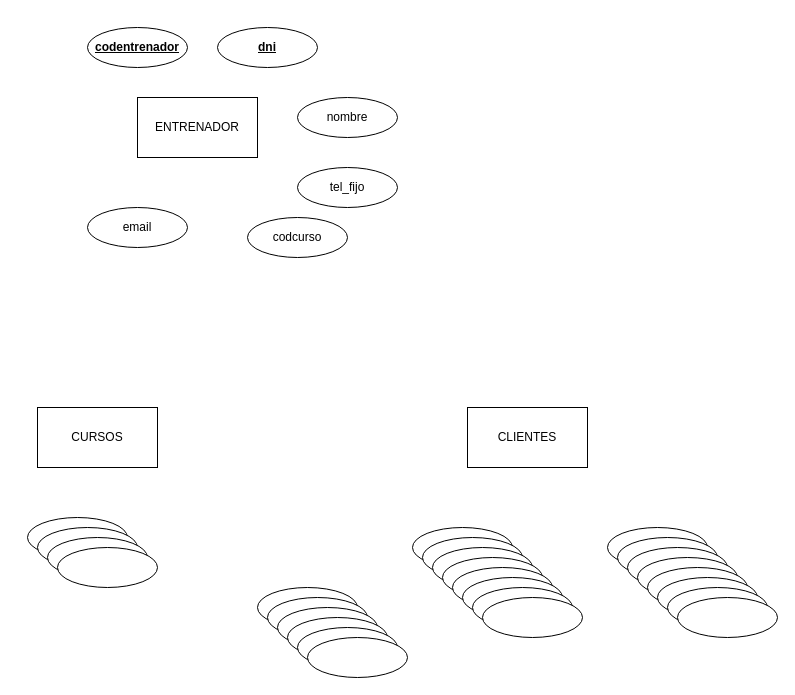
Earlier version of the draw.io diagram U7T1.drawio (memfu/BBDD). Source tidied: cells renumbered, new cells numbered last; positions are measured from the earlier drawing's top-left corner, leaving out a move shared by most shapes. Both pictures are drawn from the tidied source at 100%, with x=0, y=0 at pixel (27, 27).
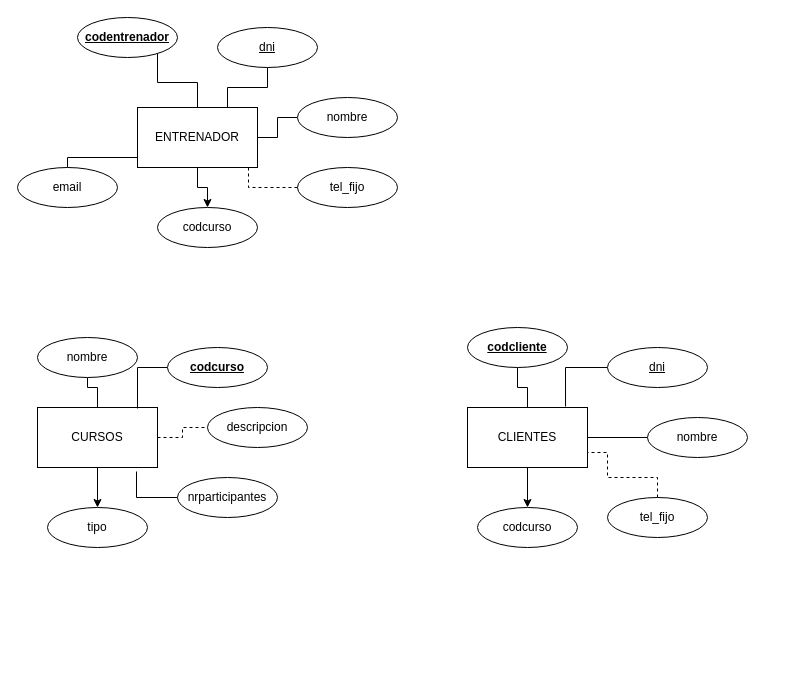
Above is the later version.

Unchanged cells that the change refers to:
```xml
<mxCell id="2" value="&lt;div&gt;CLIENTES&lt;/div&gt;" style="rounded=0;whiteSpace=wrap;html=1;" parent="1" vertex="1">
  <mxGeometry x="440" y="380" width="120" height="60" as="geometry" />
</mxCell>
<mxCell id="4" value="CURSOS" style="whiteSpace=wrap;html=1;" parent="1" vertex="1">
  <mxGeometry x="10" y="380" width="120" height="60" as="geometry" />
</mxCell>
<mxCell id="6" value="nombre" style="ellipse;whiteSpace=wrap;html=1;" parent="1" vertex="1">
  <mxGeometry x="270" y="70" width="100" height="40" as="geometry" />
</mxCell>
<mxCell id="21" value="tel_fijo" style="ellipse;whiteSpace=wrap;html=1;" parent="1" vertex="1">
  <mxGeometry x="270" y="140" width="100" height="40" as="geometry" />
</mxCell>
```

Diff of the diagram source:
```diff
@@
+    <mxCell id="37" style="edgeStyle=orthogonalEdgeStyle;rounded=0;jettySize=auto;html=1;endArrow=none;endFill=0;" parent="1" edge="1" source="2" target="54">
+      <mxGeometry relative="1" as="geometry" />
+    </mxCell>
+    <mxCell id="38" style="edgeStyle=orthogonalEdgeStyle;rounded=0;jettySize=auto;html=1;endArrow=none;endFill=0;" parent="1" edge="1" source="2" target="57">
+      <mxGeometry relative="1" as="geometry" />
+    </mxCell>
+    <mxCell id="39" style="edgeStyle=orthogonalEdgeStyle;rounded=0;jettySize=auto;html=1;" parent="1" edge="1" source="2" target="60">
+      <mxGeometry relative="1" as="geometry" />
+    </mxCell>
@@
+    <mxCell id="40" style="edgeStyle=orthogonalEdgeStyle;rounded=0;jettySize=auto;html=1;verticalAlign=bottom;endArrow=none;endFill=0;" parent="1" edge="1" source="3" target="22">
+      <mxGeometry relative="1" as="geometry">
+        <Array as="points">
+          <mxPoint x="170" y="55" />
+          <mxPoint x="130" y="55" />
+        </Array>
+      </mxGeometry>
+    </mxCell>
+    <mxCell id="41" style="edgeStyle=orthogonalEdgeStyle;rounded=0;jettySize=auto;html=1;" parent="1" edge="1" source="3" target="20">
+      <mxGeometry relative="1" as="geometry" />
+    </mxCell>
     <mxCell id="3" value="ENTRENADOR" style="rounded=0;whiteSpace=wrap;html=1;" parent="1" vertex="1">
-      <mxGeometry x="110" y="70" width="120" height="60" as="geometry" />
+      <mxGeometry x="110" y="80" width="120" height="60" as="geometry" />
     </mxCell>
+    <mxCell id="42" style="edgeStyle=orthogonalEdgeStyle;rounded=0;jettySize=auto;html=1;endArrow=none;endFill=0;" parent="1" edge="1" source="4" target="50">
+      <mxGeometry relative="1" as="geometry" />
+    </mxCell>
+    <mxCell id="43" style="edgeStyle=orthogonalEdgeStyle;rounded=0;jettySize=auto;html=1;dashed=1;endArrow=none;endFill=0;" parent="1" edge="1" source="4" target="53">
+      <mxGeometry relative="1" as="geometry" />
+    </mxCell>
+    <mxCell id="44" style="edgeStyle=orthogonalEdgeStyle;rounded=0;jettySize=auto;html=1;" parent="1" edge="1" source="4" target="17">
+      <mxGeometry relative="1" as="geometry" />
+    </mxCell>
@@
-    <mxCell id="5" style="ellipse;whiteSpace=wrap;html=1;" parent="1" vertex="1">
-      <mxGeometry x="230" y="560" width="100" height="40" as="geometry" />
-    </mxCell>
+    <mxCell id="45" style="edgeStyle=orthogonalEdgeStyle;rounded=0;jettySize=auto;html=1;endArrow=none;endFill=0;" parent="1" edge="1" source="6" target="3">
+      <mxGeometry relative="1" as="geometry" />
+    </mxCell>
@@
+    <mxCell id="46" style="edgeStyle=orthogonalEdgeStyle;rounded=0;jettySize=auto;html=1;entryX=0.75;entryY=0;entryDx=0;entryDy=0;endArrow=none;endFill=0;" parent="1" edge="1" source="7" target="3">
+      <mxGeometry relative="1" as="geometry" />
+    </mxCell>
-    <mxCell id="7" value="&lt;u&gt;&lt;span&gt;dni&lt;/span&gt;&lt;/u&gt;" style="ellipse;whiteSpace=wrap;html=1;fontStyle=1;" parent="1" vertex="1">
+    <mxCell id="7" value="&lt;u&gt;&lt;span&gt;dni&lt;/span&gt;&lt;/u&gt;" style="ellipse;whiteSpace=wrap;html=1;fontStyle=0;" parent="1" vertex="1">
       <mxGeometry x="190" width="100" height="40" as="geometry" />
     </mxCell>
-    <mxCell id="8" style="ellipse;whiteSpace=wrap;html=1;" parent="1" vertex="1">
-      <mxGeometry x="240" y="570" width="100" height="40" as="geometry" />
-    </mxCell>
-    <mxCell id="9" style="ellipse;whiteSpace=wrap;html=1;" parent="1" vertex="1">
-      <mxGeometry x="250" y="580" width="100" height="40" as="geometry" />
-    </mxCell>
-    <mxCell id="10" style="ellipse;whiteSpace=wrap;html=1;" parent="1" vertex="1">
-      <mxGeometry x="260" y="590" width="100" height="40" as="geometry" />
-    </mxCell>
-    <mxCell id="11" style="ellipse;whiteSpace=wrap;html=1;" parent="1" vertex="1">
-      <mxGeometry x="270" y="600" width="100" height="40" as="geometry" />
-    </mxCell>
-    <mxCell id="12" style="ellipse;whiteSpace=wrap;html=1;" parent="1" vertex="1">
-      <mxGeometry x="280" y="610" width="100" height="40" as="geometry" />
-    </mxCell>
-    <mxCell id="13" style="ellipse;whiteSpace=wrap;html=1;" parent="1" vertex="1">
-      <mxGeometry y="490" width="100" height="40" as="geometry" />
-    </mxCell>
-    <mxCell id="14" style="ellipse;whiteSpace=wrap;html=1;" parent="1" vertex="1">
-      <mxGeometry x="580" y="500" width="100" height="40" as="geometry" />
-    </mxCell>
-    <mxCell id="15" style="ellipse;whiteSpace=wrap;html=1;" parent="1" vertex="1">
-      <mxGeometry x="385" y="500" width="100" height="40" as="geometry" />
-    </mxCell>
-    <mxCell id="16" style="ellipse;whiteSpace=wrap;html=1;" parent="1" vertex="1">
-      <mxGeometry x="10" y="500" width="100" height="40" as="geometry" />
-    </mxCell>
-    <mxCell id="17" style="ellipse;whiteSpace=wrap;html=1;" parent="1" vertex="1">
-      <mxGeometry x="20" y="510" width="100" height="40" as="geometry" />
+    <mxCell id="17" value="tipo" style="ellipse;whiteSpace=wrap;html=1;" parent="1" vertex="1">
+      <mxGeometry x="20" y="480" width="100" height="40" as="geometry" />
     </mxCell>
+    <mxCell id="47" style="edgeStyle=orthogonalEdgeStyle;rounded=0;jettySize=auto;html=1;entryX=0.825;entryY=1.067;entryDx=0;entryDy=0;entryPerimeter=0;endArrow=none;endFill=0;" parent="1" edge="1" source="18" target="4">
+      <mxGeometry relative="1" as="geometry" />
+    </mxCell>
-    <mxCell id="18" style="ellipse;whiteSpace=wrap;html=1;" parent="1" vertex="1">
-      <mxGeometry x="30" y="520" width="100" height="40" as="geometry" />
+    <mxCell id="18" value="nrparticipantes" style="ellipse;whiteSpace=wrap;html=1;" parent="1" vertex="1">
+      <mxGeometry x="150" y="450" width="100" height="40" as="geometry" />
     </mxCell>
+    <mxCell id="48" style="edgeStyle=orthogonalEdgeStyle;rounded=0;jettySize=auto;html=1;entryX=0;entryY=0.75;entryDx=0;entryDy=0;endArrow=none;endFill=0;" parent="1" edge="1" source="19" target="3">
+      <mxGeometry relative="1" as="geometry">
+        <Array as="points">
+          <mxPoint x="40" y="130" />
+          <mxPoint x="110" y="130" />
+        </Array>
+      </mxGeometry>
+    </mxCell>
     <mxCell id="19" value="email" style="ellipse;whiteSpace=wrap;html=1;" parent="1" vertex="1">
-      <mxGeometry x="60" y="180" width="100" height="40" as="geometry" />
+      <mxGeometry x="-10" y="140" width="100" height="40" as="geometry" />
     </mxCell>
     <mxCell id="20" value="codcurso" style="ellipse;whiteSpace=wrap;html=1;" parent="1" vertex="1">
-      <mxGeometry x="220" y="190" width="100" height="40" as="geometry" />
+      <mxGeometry x="130" y="180" width="100" height="40" as="geometry" />
     </mxCell>
+    <mxCell id="49" style="edgeStyle=orthogonalEdgeStyle;rounded=0;jettySize=auto;html=1;entryX=0.925;entryY=1;entryDx=0;entryDy=0;entryPerimeter=0;endArrow=none;endFill=0;dashed=1;" parent="1" edge="1" source="21" target="3">
+      <mxGeometry relative="1" as="geometry" />
+    </mxCell>
@@
     <mxCell id="22" value="&lt;b&gt;codentrenador&lt;/b&gt;" style="ellipse;whiteSpace=wrap;html=1;fontStyle=4;" parent="1" vertex="1">
-      <mxGeometry x="60" width="100" height="40" as="geometry" />
+      <mxGeometry x="50" y="-10" width="100" height="40" as="geometry" />
     </mxCell>
-    <mxCell id="23" style="ellipse;whiteSpace=wrap;html=1;" parent="1" vertex="1">
-      <mxGeometry x="395" y="510" width="100" height="40" as="geometry" />
-    </mxCell>
-    <mxCell id="24" style="ellipse;whiteSpace=wrap;html=1;" parent="1" vertex="1">
-      <mxGeometry x="405" y="520" width="100" height="40" as="geometry" />
-    </mxCell>
-    <mxCell id="25" style="ellipse;whiteSpace=wrap;html=1;" parent="1" vertex="1">
-      <mxGeometry x="415" y="530" width="100" height="40" as="geometry" />
-    </mxCell>
-    <mxCell id="26" style="ellipse;whiteSpace=wrap;html=1;" parent="1" vertex="1">
-      <mxGeometry x="425" y="540" width="100" height="40" as="geometry" />
-    </mxCell>
-    <mxCell id="27" style="ellipse;whiteSpace=wrap;html=1;" parent="1" vertex="1">
-      <mxGeometry x="435" y="550" width="100" height="40" as="geometry" />
-    </mxCell>
-    <mxCell id="28" style="ellipse;whiteSpace=wrap;html=1;" parent="1" vertex="1">
-      <mxGeometry x="445" y="560" width="100" height="40" as="geometry" />
-    </mxCell>
-    <mxCell id="29" style="ellipse;whiteSpace=wrap;html=1;" parent="1" vertex="1">
-      <mxGeometry x="455" y="570" width="100" height="40" as="geometry" />
-    </mxCell>
-    <mxCell id="30" style="ellipse;whiteSpace=wrap;html=1;" parent="1" vertex="1">
-      <mxGeometry x="590" y="510" width="100" height="40" as="geometry" />
-    </mxCell>
-    <mxCell id="31" style="ellipse;whiteSpace=wrap;html=1;" parent="1" vertex="1">
-      <mxGeometry x="600" y="520" width="100" height="40" as="geometry" />
-    </mxCell>
-    <mxCell id="32" style="ellipse;whiteSpace=wrap;html=1;" parent="1" vertex="1">
-      <mxGeometry x="610" y="530" width="100" height="40" as="geometry" />
-    </mxCell>
-    <mxCell id="33" style="ellipse;whiteSpace=wrap;html=1;" parent="1" vertex="1">
-      <mxGeometry x="620" y="540" width="100" height="40" as="geometry" />
-    </mxCell>
-    <mxCell id="34" style="ellipse;whiteSpace=wrap;html=1;" parent="1" vertex="1">
-      <mxGeometry x="630" y="550" width="100" height="40" as="geometry" />
-    </mxCell>
-    <mxCell id="35" style="ellipse;whiteSpace=wrap;html=1;" parent="1" vertex="1">
-      <mxGeometry x="640" y="560" width="100" height="40" as="geometry" />
-    </mxCell>
-    <mxCell id="36" style="ellipse;whiteSpace=wrap;html=1;" parent="1" vertex="1">
-      <mxGeometry x="650" y="570" width="100" height="40" as="geometry" />
-    </mxCell>
+    <mxCell id="50" value="nombre" style="ellipse;whiteSpace=wrap;html=1;" parent="1" vertex="1">
+      <mxGeometry x="10" y="310" width="100" height="40" as="geometry" />
+    </mxCell>
+    <mxCell id="51" style="edgeStyle=orthogonalEdgeStyle;rounded=0;jettySize=auto;html=1;endArrow=none;endFill=0;" parent="1" edge="1" source="52">
+      <mxGeometry relative="1" as="geometry">
+        <mxPoint x="110" y="381" as="targetPoint" />
+        <Array as="points">
+          <mxPoint x="110" y="340" />
+          <mxPoint x="110" y="381" />
+        </Array>
+      </mxGeometry>
+    </mxCell>
+    <mxCell id="52" value="&lt;b&gt;codcurso&lt;/b&gt;" style="ellipse;whiteSpace=wrap;html=1;fontStyle=4;" parent="1" vertex="1">
+      <mxGeometry x="140" y="320" width="100" height="40" as="geometry" />
+    </mxCell>
+    <mxCell id="53" value="descripcion" style="ellipse;whiteSpace=wrap;html=1;" parent="1" vertex="1">
+      <mxGeometry x="180" y="380" width="100" height="40" as="geometry" />
+    </mxCell>
+    <mxCell id="54" value="&lt;b&gt;codcliente&lt;/b&gt;" style="ellipse;whiteSpace=wrap;html=1;fontStyle=4;" parent="1" vertex="1">
+      <mxGeometry x="440" y="300" width="100" height="40" as="geometry" />
+    </mxCell>
+    <mxCell id="55" style="edgeStyle=orthogonalEdgeStyle;rounded=0;jettySize=auto;html=1;entryX=0.817;entryY=-0.017;entryDx=0;entryDy=0;entryPerimeter=0;endArrow=none;endFill=0;" parent="1" edge="1" source="56" target="2">
+      <mxGeometry relative="1" as="geometry" />
+    </mxCell>
+    <mxCell id="56" value="&lt;u&gt;&lt;span&gt;dni&lt;/span&gt;&lt;/u&gt;" style="ellipse;whiteSpace=wrap;html=1;fontStyle=0;" parent="1" vertex="1">
+      <mxGeometry x="580" y="320" width="100" height="40" as="geometry" />
+    </mxCell>
+    <mxCell id="57" value="nombre" style="ellipse;whiteSpace=wrap;html=1;" parent="1" vertex="1">
+      <mxGeometry x="620" y="390" width="100" height="40" as="geometry" />
+    </mxCell>
+    <mxCell id="58" style="edgeStyle=orthogonalEdgeStyle;rounded=0;jettySize=auto;html=1;entryX=1;entryY=0.75;entryDx=0;entryDy=0;dashed=1;endArrow=none;endFill=0;" parent="1" edge="1" source="59" target="2">
+      <mxGeometry relative="1" as="geometry">
+        <Array as="points">
+          <mxPoint x="630" y="450" />
+          <mxPoint x="580" y="450" />
+          <mxPoint x="580" y="425" />
+        </Array>
+      </mxGeometry>
+    </mxCell>
+    <mxCell id="59" value="tel_fijo" style="ellipse;whiteSpace=wrap;html=1;" parent="1" vertex="1">
+      <mxGeometry x="580" y="470" width="100" height="40" as="geometry" />
+    </mxCell>
+    <mxCell id="60" value="&lt;span&gt;codcurso&lt;/span&gt;" style="ellipse;whiteSpace=wrap;html=1;fontStyle=0;" parent="1" vertex="1">
+      <mxGeometry x="450" y="480" width="100" height="40" as="geometry" />
+    </mxCell>
```
